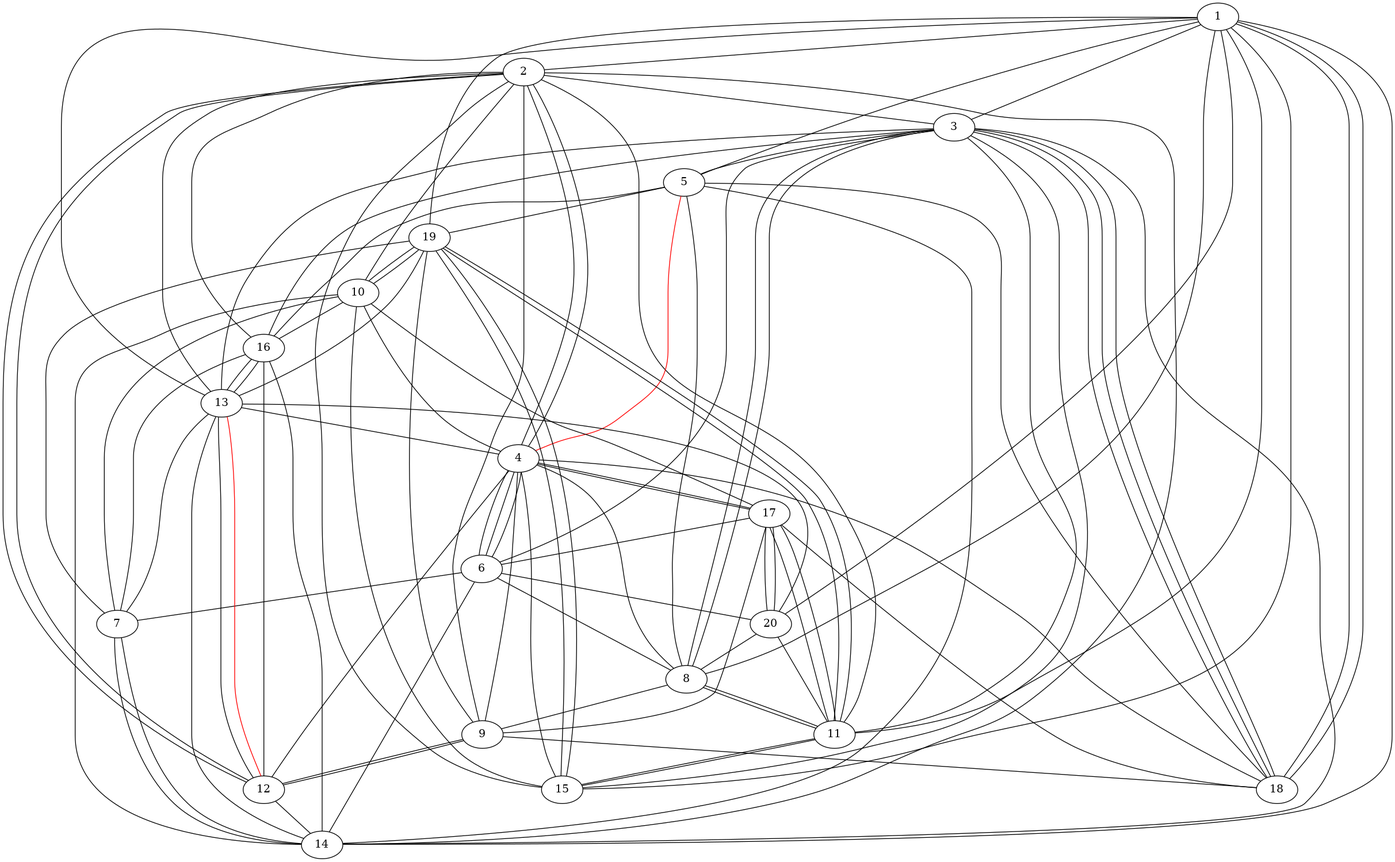
This is output_graphviz/Graphe.gv.png from Sarah-OA/ensae-prog23, a Graphviz export, as it was before one commit. Its source is kept beside it as output_graphviz/Graphe.gv.
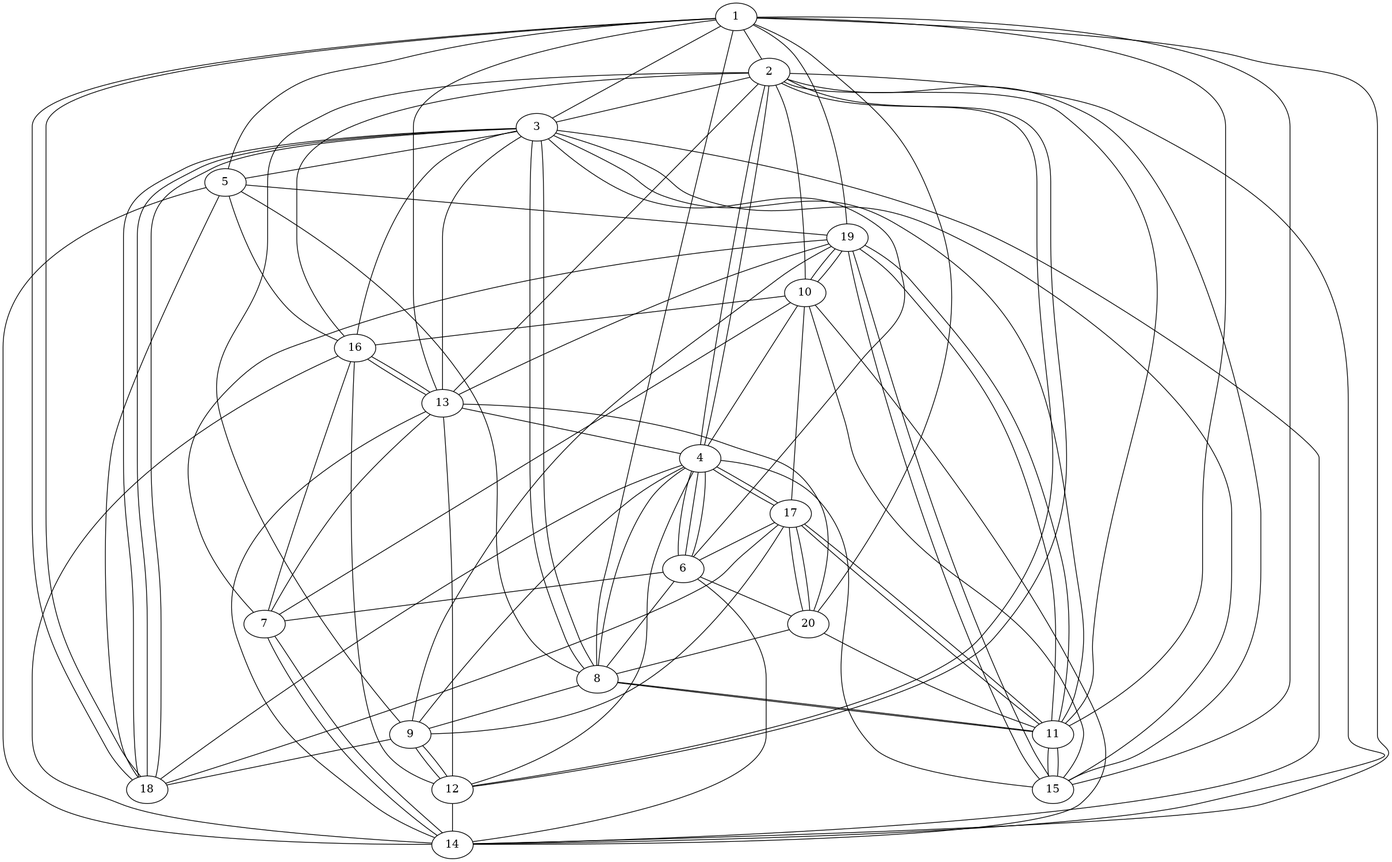
After the commit.

What changed in the source:
```diff
@@ -119,6 +119,4 @@
 	14 -- 16
 	18 -- 4
 	13 -- 20
-	4 -- 5 [color=red]
-	12 -- 13 [color=red]
 }
```
